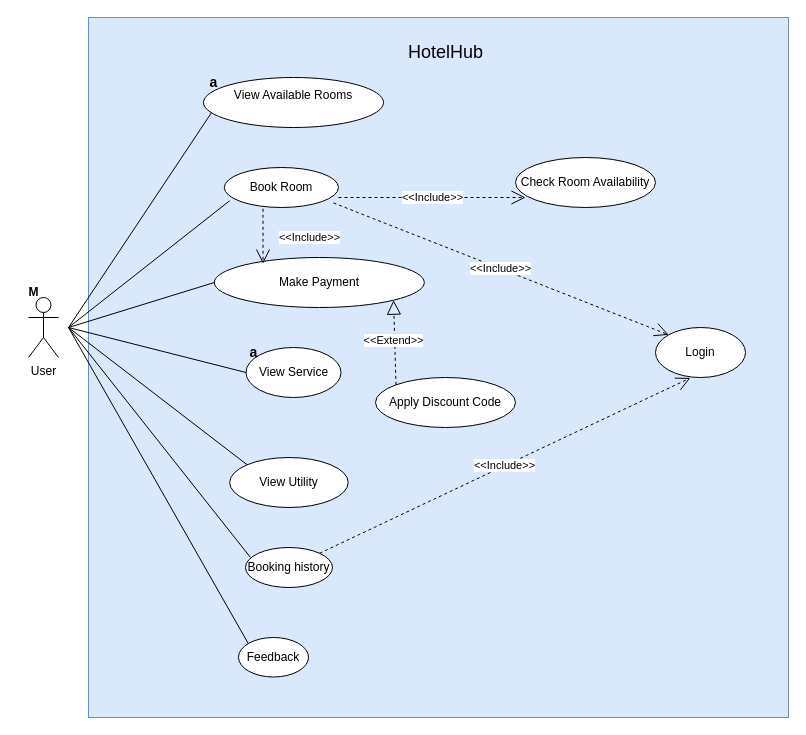
toikobi401/SWP391_HotelManagement keeps this draw.io diagram as page "UCs for Customer" (2 of 4) of UseCase.drawio. Above is the earlier version. Source tidied: cells renumbered, new cells numbered last; positions are measured from the earlier drawing's top-left corner, leaving out a move shared by most shapes. Both pictures are drawn from the tidied source at 100%, with x=0, y=0 at pixel (18, 17).
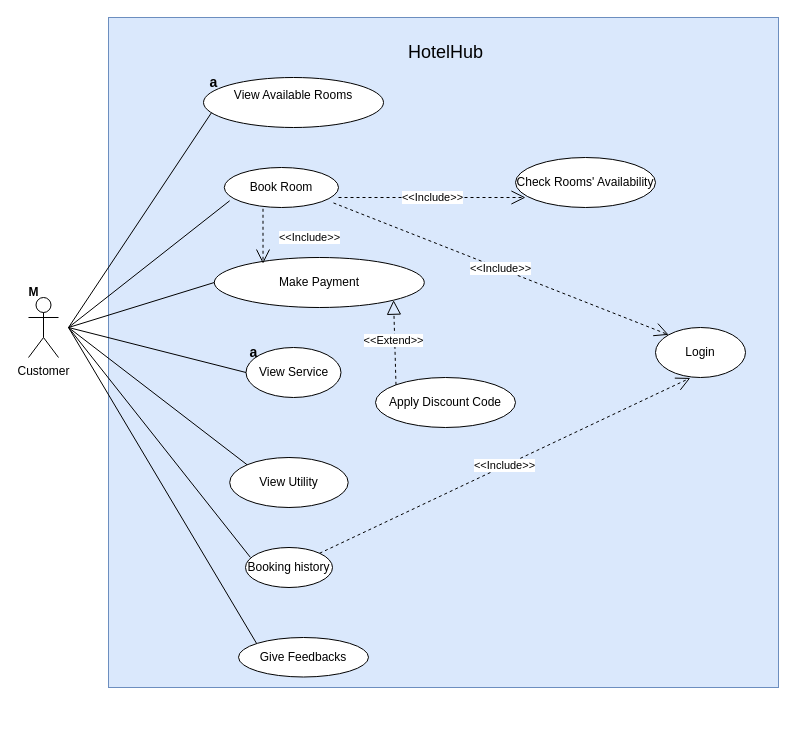
Above is the later version.

What changed in the source:
```diff
@@
     <mxCell id="2" style="whiteSpace=wrap;html=1;fillColor=#dae8fc;strokeColor=#6c8ebf;" parent="1" vertex="1">
-      <mxGeometry x="70" width="700" height="700" as="geometry" />
+      <mxGeometry x="90" width="670" height="670" as="geometry" />
     </mxCell>
-    <mxCell id="3" value="User" style="shape=umlActor;verticalLabelPosition=bottom;verticalAlign=top;html=1;" parent="1" vertex="1">
+    <mxCell id="3" value="Customer" style="shape=umlActor;verticalLabelPosition=bottom;verticalAlign=top;html=1;" parent="1" vertex="1">
       <mxGeometry x="10" y="280" width="30" height="60" as="geometry" />
     </mxCell>
@@
-    <mxCell id="12" value="Feedback" style="ellipse;whiteSpace=wrap;html=1;" parent="1" vertex="1">
-      <mxGeometry x="220" y="620" width="70" height="39.5" as="geometry" />
+    <mxCell id="12" value="Give Feedbacks" style="ellipse;whiteSpace=wrap;html=1;" parent="1" vertex="1">
+      <mxGeometry x="220" y="620" width="130" height="39.5" as="geometry" />
     </mxCell>
-    <mxCell id="13" value="Check Room Availability" style="ellipse;whiteSpace=wrap;html=1;" parent="1" vertex="1">
+    <mxCell id="13" value="Check Rooms' Availability" style="ellipse;whiteSpace=wrap;html=1;" parent="1" vertex="1">
       <mxGeometry x="497" y="140" width="140" height="50" as="geometry" />
     </mxCell>
```
